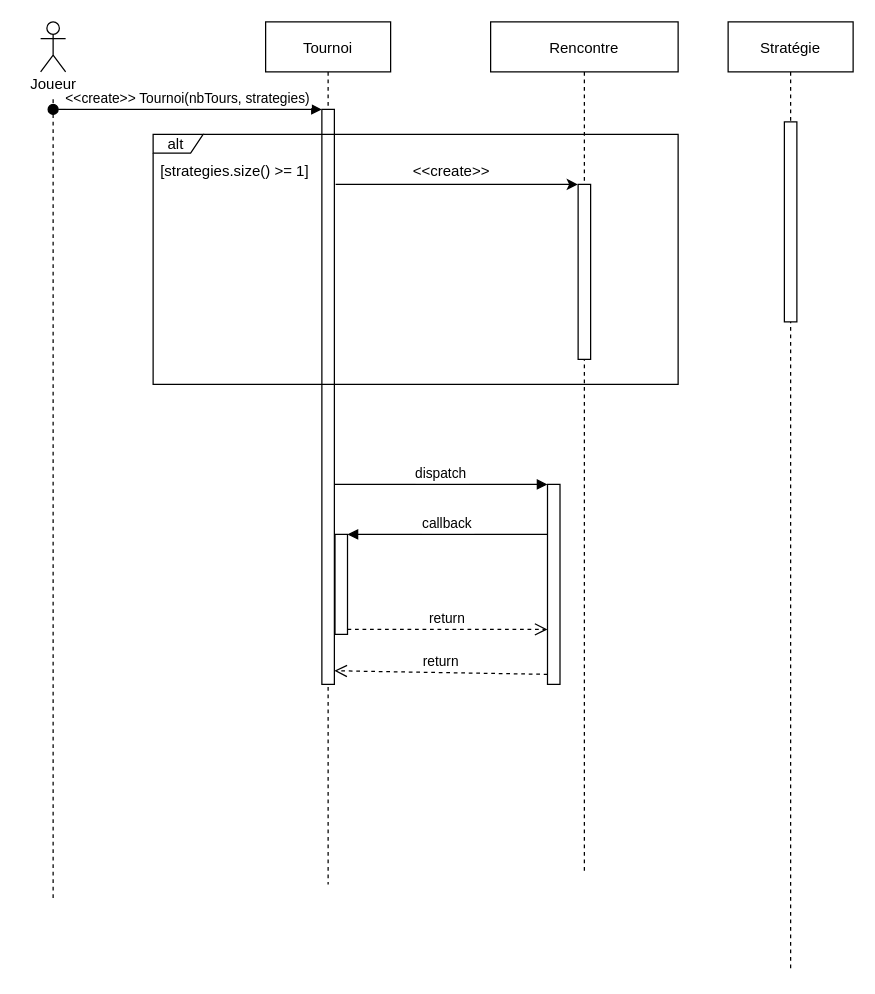
DaeronHTV/DilemmeDuPrisionnier keeps this draw.io diagram as doc/diagramme_sequence.drawio. Above is the earlier version. Source tidied: cells renumbered, new cells numbered last; positions are measured from the earlier drawing's top-left corner, leaving out a move shared by most shapes. Both pictures are drawn from the tidied source at 125%, with x=0, y=0 at pixel (21, 21).
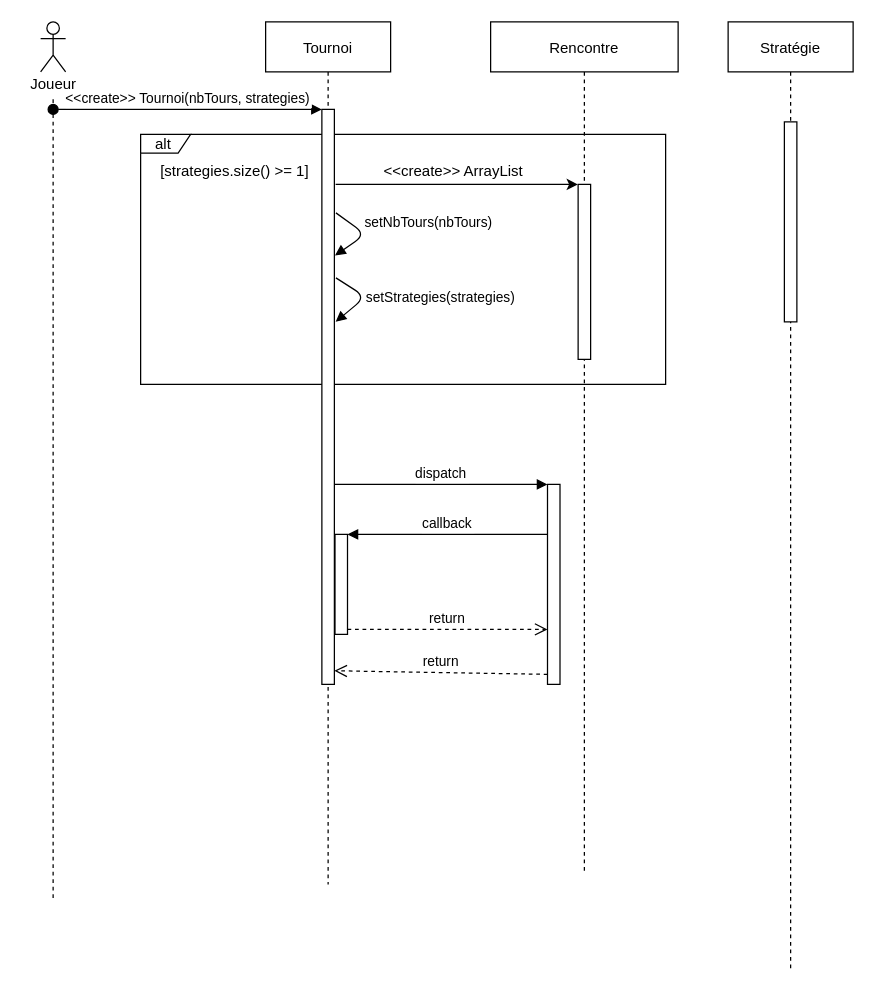
After the change.

Commit message:
maj diagramme de sequence

The change refers to these unchanged cells:
```xml
<mxCell id="2" value="Tournoi" style="shape=umlLifeline;perimeter=lifelinePerimeter;rounded=0;shadow=0;strokeWidth=1;" parent="1" vertex="1">
  <mxGeometry x="195" width="100" height="690" as="geometry" />
</mxCell>
<mxCell id="3" style="points=[];perimeter=orthogonalPerimeter;rounded=0;shadow=0;strokeWidth=1;" parent="2" vertex="1">
  <mxGeometry x="45" y="70" width="10" height="460" as="geometry" />
</mxCell>
<mxCell id="6" value="Rencontre" style="shape=umlLifeline;perimeter=lifelinePerimeter;rounded=0;shadow=0;strokeWidth=1;" parent="1" vertex="1">
  <mxGeometry x="375" width="150" height="680" as="geometry" />
</mxCell>
```

Change to the diagram source:
```diff
@@
+    <mxCell id="8" value="alt&amp;nbsp;" style="shape=umlFrame;whiteSpace=wrap;html=1;width=40;height=15;" parent="1" vertex="1">
+      <mxGeometry x="95" y="90" width="420" height="200" as="geometry" />
+    </mxCell>
@@
+    <mxCell id="23" value="setStrategies(strategies)" style="verticalAlign=bottom;endArrow=block;shadow=0;strokeWidth=1;exitX=1.124;exitY=0.293;exitDx=0;exitDy=0;exitPerimeter=0;" parent="2" edge="1" source="3">
+      <mxGeometry x="-0.05" y="61" relative="1" as="geometry">
+        <mxPoint x="56" y="240" as="targetPoint" />
+        <Array as="points">
+          <mxPoint x="80" y="220" />
+        </Array>
+        <mxPoint x="21" y="-37" as="offset" />
+      </mxGeometry>
+    </mxCell>
+    <mxCell id="24" value="setNbTours(nbTours)" style="verticalAlign=bottom;endArrow=block;shadow=0;strokeWidth=1;exitX=1.124;exitY=0.18;exitDx=0;exitDy=0;exitPerimeter=0;entryX=1.055;entryY=0.254;entryDx=0;entryDy=0;entryPerimeter=0;" parent="2" edge="1" source="3" target="3">
+      <mxGeometry x="-0.01" y="50" relative="1" as="geometry">
+        <Array as="points">
+          <mxPoint x="80" y="170" />
+        </Array>
+        <mxPoint x="22" y="-41" as="offset" />
+      </mxGeometry>
+    </mxCell>
@@
-    <mxCell id="8" value="alt&amp;nbsp;" style="shape=umlFrame;whiteSpace=wrap;html=1;width=40;height=15;" parent="6" vertex="1">
-      <mxGeometry x="-270" y="90" width="420" height="200" as="geometry" />
-    </mxCell>
@@
-    <mxCell id="10" value="&amp;lt;&amp;lt;create&amp;gt;&amp;gt;&amp;nbsp;" style="text;html=1;align=center;verticalAlign=middle;" parent="6" vertex="1">
-      <mxGeometry x="-70" y="110" width="80" height="20" as="geometry" />
+    <mxCell id="10" value="&amp;lt;&amp;lt;create&amp;gt;&amp;gt; ArrayList" style="text;html=1;align=center;verticalAlign=middle;" parent="6" vertex="1">
+      <mxGeometry x="-95" y="110" width="130" height="20" as="geometry" />
     </mxCell>
```
